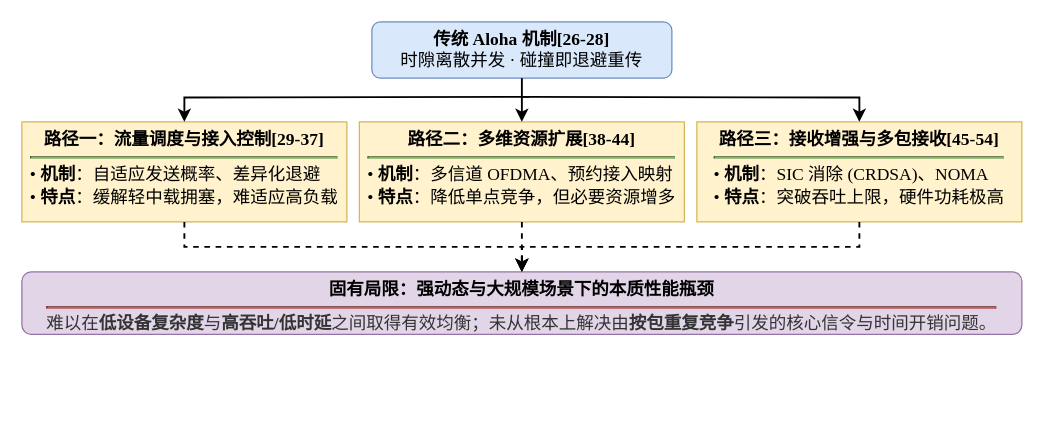
Above: page "Aloha类随机接入协议研究技术脉络" (5 of 14) of drawio流程框图.drawio in Aworrier/zzzwl-big_paper (draw.io), before the change. Source tidied: cells renumbered, new cells numbered last; positions are measured from the earlier drawing's top-left corner, leaving out a move shared by most shapes. Both pictures are drawn from the tidied source at 125%, with x=0, y=0 at pixel (21, 21).
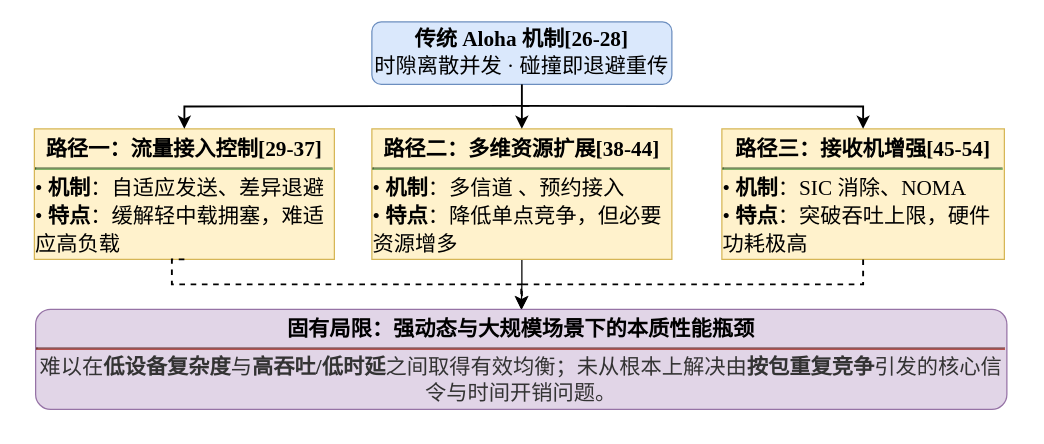
The same page after the edit.

Change to the diagram source:
```diff
@@
 <mxGraphModel>
   <root>
     <mxCell id="0" />
     <mxCell id="1" parent="0" />
-    <mxCell id="2" style="group;" parent="1" vertex="1">
-      <mxGeometry width="800" height="250" as="geometry" />
-    </mxCell>
+    <mxCell id="14" style="group;" parent="1" vertex="1">
+      <mxGeometry x="10" width="778" height="320" as="geometry" />
+    </mxCell>
-    <mxCell id="3" value="&lt;b&gt;传统 Aloha 机制[26-28]&lt;/b&gt;&lt;br&gt;&lt;span&gt;时隙离散并发 · 碰撞即退避重传&lt;/span&gt;" style="rounded=1;whiteSpace=wrap;html=1;align=center;fontFamily=Times New Roman, SimSun;labelBackgroundColor=none;fontSize=14;fillColor=#dae8fc;strokeColor=#6c8ebf;" parent="2" vertex="1">
-      <mxGeometry x="280" width="240" height="45" as="geometry" />
+    <mxCell id="3" value="&lt;b&gt;传统 Aloha 机制[26-28]&lt;/b&gt;&lt;br&gt;&lt;span&gt;时隙离散并发 · 碰撞即退避重传&lt;/span&gt;" style="rounded=1;whiteSpace=wrap;html=1;align=center;fontFamily=Times New Roman, SimSun;labelBackgroundColor=none;fontSize=17;fillColor=#dae8fc;strokeColor=#6c8ebf;flipH=1;legacyAnchorPoints=0;" parent="14" vertex="1">
+      <mxGeometry x="270" width="240" height="50" as="geometry" />
     </mxCell>
-    <mxCell id="4" value="&lt;b&gt;路径一：流量调度与接入控制[29-37]&lt;/b&gt;&lt;hr style=&quot;border-color:#82b366;margin:4px 0;&quot;&gt;&lt;div style=&quot;text-align: left; line-height: 1.3;&quot;&gt;• &lt;b&gt;机制&lt;/b&gt;：自适应发送概率、差异化退避&lt;br&gt;• &lt;b&gt;特点&lt;/b&gt;：缓解轻中载拥塞，难适应高负载&lt;/div&gt;" style="rounded=0;whiteSpace=wrap;html=1;align=center;verticalAlign=top;paddingTop=6;paddingLeft=8;paddingRight=8;fontFamily=Times New Roman, SimSun;labelBackgroundColor=none;fontSize=14;fillColor=#fff2cc;strokeColor=#d6b656;" parent="2" vertex="1">
-      <mxGeometry y="80" width="260" height="80" as="geometry" />
+    <mxCell id="4" value="&lt;b&gt;路径一：流量接入控制[29-37]&lt;/b&gt;&lt;hr style=&quot;border-color:#82b366;margin:4px 0;&quot;&gt;&lt;div style=&quot;text-align: left; line-height: 1.3;&quot;&gt;• &lt;b&gt;机制&lt;/b&gt;：自适应发送、&lt;span style=&quot;background-color: transparent; color: light-dark(rgb(0, 0, 0), rgb(255, 255, 255));&quot;&gt;差异退避&lt;/span&gt;&lt;/div&gt;&lt;div style=&quot;text-align: left; line-height: 1.3;&quot;&gt;• &lt;b&gt;特点&lt;/b&gt;：缓解轻中载拥塞，难适应高负载&lt;/div&gt;" style="rounded=0;whiteSpace=wrap;html=1;align=center;verticalAlign=top;paddingTop=6;paddingLeft=8;paddingRight=8;fontFamily=Times New Roman, SimSun;labelBackgroundColor=none;fontSize=17;fillColor=#fff2cc;strokeColor=#d6b656;" parent="14" vertex="1">
+      <mxGeometry y="85.6" width="240" height="104.4" as="geometry" />
     </mxCell>
+    <mxCell id="12" style="edgeStyle=orthogonalEdgeStyle;rounded=0;jettySize=auto;html=1;exitX=0.5;exitY=1;exitDx=0;exitDy=0;entryX=0.5;entryY=0;entryDx=0;entryDy=0;" parent="14" edge="1" source="5" target="7">
+      <mxGeometry relative="1" as="geometry" />
+    </mxCell>
-    <mxCell id="5" value="&lt;b&gt;路径二：多维资源扩展[38-44]&lt;/b&gt;&lt;hr style=&quot;border-color:#82b366;margin:4px 0;&quot;&gt;&lt;div style=&quot;text-align: left; line-height: 1.3;&quot;&gt;• &lt;b&gt;机制&lt;/b&gt;：多信道 OFDMA、预约接入映射&lt;br&gt;• &lt;b&gt;特点&lt;/b&gt;：降低单点竞争，但必要资源增多&lt;/div&gt;" style="rounded=0;whiteSpace=wrap;html=1;align=center;verticalAlign=top;paddingTop=6;paddingLeft=8;paddingRight=8;fontFamily=Times New Roman, SimSun;labelBackgroundColor=none;fontSize=14;fillColor=#fff2cc;strokeColor=#d6b656;" parent="2" vertex="1">
-      <mxGeometry x="270" y="80" width="260" height="80" as="geometry" />
+    <mxCell id="5" value="&lt;b&gt;路径二：多维资源扩展[38-44]&lt;/b&gt;&lt;hr style=&quot;border-color:#82b366;margin:4px 0;&quot;&gt;&lt;div style=&quot;text-align: left; line-height: 1.3;&quot;&gt;• &lt;b&gt;机制&lt;/b&gt;：多信道 、预约接入&lt;br&gt;• &lt;b&gt;特点&lt;/b&gt;：降低单点竞争，但必要资源增多&lt;/div&gt;" style="rounded=0;whiteSpace=wrap;html=1;align=center;verticalAlign=top;paddingTop=6;paddingLeft=8;paddingRight=8;fontFamily=Times New Roman, SimSun;labelBackgroundColor=none;fontSize=17;fillColor=#fff2cc;strokeColor=#d6b656;" parent="14" vertex="1">
+      <mxGeometry x="270" y="85.6" width="240" height="104.4" as="geometry" />
     </mxCell>
-    <mxCell id="6" value="&lt;b&gt;路径三：接收增强与多包接收[45-54]&lt;/b&gt;&lt;hr style=&quot;border-color:#82b366;margin:4px 0;&quot;&gt;&lt;div style=&quot;text-align: left; line-height: 1.3;&quot;&gt;• &lt;b&gt;机制&lt;/b&gt;：SIC 消除 (CRDSA)、NOMA&lt;br&gt;• &lt;b&gt;特点&lt;/b&gt;：突破吞吐上限，硬件功耗极高&lt;/div&gt;" style="rounded=0;whiteSpace=wrap;html=1;align=center;verticalAlign=top;paddingTop=6;paddingLeft=8;paddingRight=8;fontFamily=Times New Roman, SimSun;labelBackgroundColor=none;fontSize=14;fillColor=#fff2cc;strokeColor=#d6b656;" parent="2" vertex="1">
-      <mxGeometry x="540" y="80" width="260" height="80" as="geometry" />
+    <mxCell id="6" value="&lt;b&gt;路径三：接收机增强[45-54]&lt;/b&gt;&lt;hr style=&quot;border-color:#82b366;margin:4px 0;&quot;&gt;&lt;div style=&quot;text-align: left; line-height: 1.3;&quot;&gt;• &lt;b&gt;机制&lt;/b&gt;：SIC 消除、NOMA&lt;br&gt;• &lt;b&gt;特点&lt;/b&gt;：突破吞吐上限，硬件功耗极高&lt;/div&gt;" style="rounded=0;whiteSpace=wrap;html=1;align=center;verticalAlign=top;paddingTop=6;paddingLeft=8;paddingRight=8;fontFamily=Times New Roman, SimSun;labelBackgroundColor=none;fontSize=17;fillColor=#fff2cc;strokeColor=#d6b656;" parent="14" vertex="1">
+      <mxGeometry x="550" y="85.6" width="226" height="104.4" as="geometry" />
     </mxCell>
-    <mxCell id="7" value="&lt;b&gt;&lt;font&gt;固有局限：强动态与大规模场景下的本质性能瓶颈&lt;/font&gt;&lt;/b&gt;&lt;hr style=&quot;border-color:#b85450;margin:4px 0;&quot;&gt;&lt;div style=&quot;text-align: center; color: rgb(51, 51, 51);&quot;&gt;难以在&lt;b&gt;低设备复杂度&lt;/b&gt;与&lt;b&gt;高吞吐/低时延&lt;/b&gt;之间取得有效均衡；未从根本上解决由&lt;b&gt;按包重复竞争&lt;/b&gt;引发的核心信令与时间开销问题。&lt;/div&gt;" style="rounded=1;whiteSpace=wrap;html=1;align=center;verticalAlign=top;paddingTop=6;fontFamily=Times New Roman, SimSun;labelBackgroundColor=none;fontSize=14;fillColor=#e1d5e7;strokeColor=#9673a6;" parent="2" vertex="1">
-      <mxGeometry y="200" width="800" height="50" as="geometry" />
+    <mxCell id="7" value="&lt;b&gt;&lt;font&gt;固有局限：强动态与大规模场景下的本质性能瓶颈&lt;/font&gt;&lt;/b&gt;&lt;hr style=&quot;border-color:#b85450;margin:4px 0;&quot;&gt;&lt;div style=&quot;text-align: center; color: rgb(51, 51, 51);&quot;&gt;难以在&lt;b&gt;低设备复杂度&lt;/b&gt;与&lt;b&gt;高吞吐/低时延&lt;/b&gt;之间取得有效均衡；未从根本上解决由&lt;b&gt;按包重复竞争&lt;/b&gt;引发的核心信令与时间开销问题。&lt;/div&gt;" style="rounded=1;whiteSpace=wrap;html=1;align=center;verticalAlign=top;paddingTop=6;fontFamily=Times New Roman, SimSun;labelBackgroundColor=none;fontSize=17;fillColor=#e1d5e7;strokeColor=#9673a6;flipH=1;legacyAnchorPoints=0;" parent="14" vertex="1">
+      <mxGeometry x="1" y="230" width="777" height="80" as="geometry" />
     </mxCell>
-    <mxCell id="8" style="edgeStyle=orthogonalEdgeStyle;rounded=0;strokeWidth=1.5;labelBackgroundColor=none;fontColor=default;fontSize=14;entryX=0.5;entryY=0;entryDx=0;entryDy=0;" parent="2" edge="1" target="4">
+    <mxCell id="8" style="edgeStyle=orthogonalEdgeStyle;rounded=0;strokeWidth=1.5;labelBackgroundColor=none;fontColor=default;fontSize=17;entryX=0.5;entryY=0;entryDx=0;entryDy=0;" parent="14" edge="1" target="4">
       <mxGeometry relative="1" as="geometry">
-        <mxPoint x="406" y="60" as="sourcePoint" />
+        <mxPoint x="396" y="67.2" as="sourcePoint" />
       </mxGeometry>
     </mxCell>
-    <mxCell id="9" style="edgeStyle=orthogonalEdgeStyle;rounded=0;strokeWidth=1.5;labelBackgroundColor=none;fontColor=default;fontSize=14;" parent="2" edge="1" source="3" target="5">
+    <mxCell id="9" style="edgeStyle=orthogonalEdgeStyle;rounded=0;strokeWidth=1.5;labelBackgroundColor=none;fontColor=default;fontSize=17;" parent="14" edge="1" source="3" target="5">
       <mxGeometry relative="1" as="geometry" />
     </mxCell>
-    <mxCell id="10" style="edgeStyle=orthogonalEdgeStyle;rounded=0;strokeWidth=1.5;labelBackgroundColor=none;fontColor=default;fontSize=14;entryX=0.5;entryY=0;entryDx=0;entryDy=0;" parent="2" edge="1" target="6">
+    <mxCell id="10" style="edgeStyle=orthogonalEdgeStyle;rounded=0;strokeWidth=1.5;labelBackgroundColor=none;fontColor=default;fontSize=17;entryX=0.5;entryY=0;entryDx=0;entryDy=0;" parent="14" edge="1" target="6">
       <mxGeometry relative="1" as="geometry">
-        <mxPoint x="400" y="60" as="sourcePoint" />
+        <mxPoint x="390" y="67.2" as="sourcePoint" />
       </mxGeometry>
     </mxCell>
-    <mxCell id="11" style="edgeStyle=orthogonalEdgeStyle;rounded=0;strokeWidth=1.5;dashed=1;labelBackgroundColor=none;fontColor=default;fontSize=14;" parent="2" edge="1" source="4" target="7">
-      <mxGeometry relative="1" as="geometry" />
+    <mxCell id="11" style="edgeStyle=orthogonalEdgeStyle;rounded=0;strokeWidth=1.5;dashed=1;labelBackgroundColor=none;fontColor=default;fontSize=17;exitX=0.5;exitY=1;exitDx=0;exitDy=0;curved=0;" parent="14" edge="1" source="4" target="7">
+      <mxGeometry relative="1" as="geometry">
+        <Array as="points">
+          <mxPoint x="110" y="190" />
+          <mxPoint x="110" y="210" />
+          <mxPoint x="390" y="210" />
+        </Array>
+      </mxGeometry>
     </mxCell>
-    <mxCell id="12" style="edgeStyle=orthogonalEdgeStyle;rounded=0;strokeWidth=1.5;dashed=1;labelBackgroundColor=none;fontColor=default;fontSize=14;" parent="2" edge="1" source="5" target="7">
-      <mxGeometry relative="1" as="geometry" />
-    </mxCell>
-    <mxCell id="13" style="edgeStyle=orthogonalEdgeStyle;rounded=0;strokeWidth=1.5;dashed=1;labelBackgroundColor=none;fontColor=default;fontSize=14;" parent="2" edge="1" source="6" target="7">
+    <mxCell id="13" style="edgeStyle=orthogonalEdgeStyle;rounded=0;strokeWidth=1.5;dashed=1;labelBackgroundColor=none;fontColor=default;fontSize=17;exitX=0.5;exitY=1;exitDx=0;exitDy=0;" parent="14" edge="1" source="6" target="7">
       <mxGeometry relative="1" as="geometry" />
     </mxCell>
   </root>
 </mxGraphModel>
```
